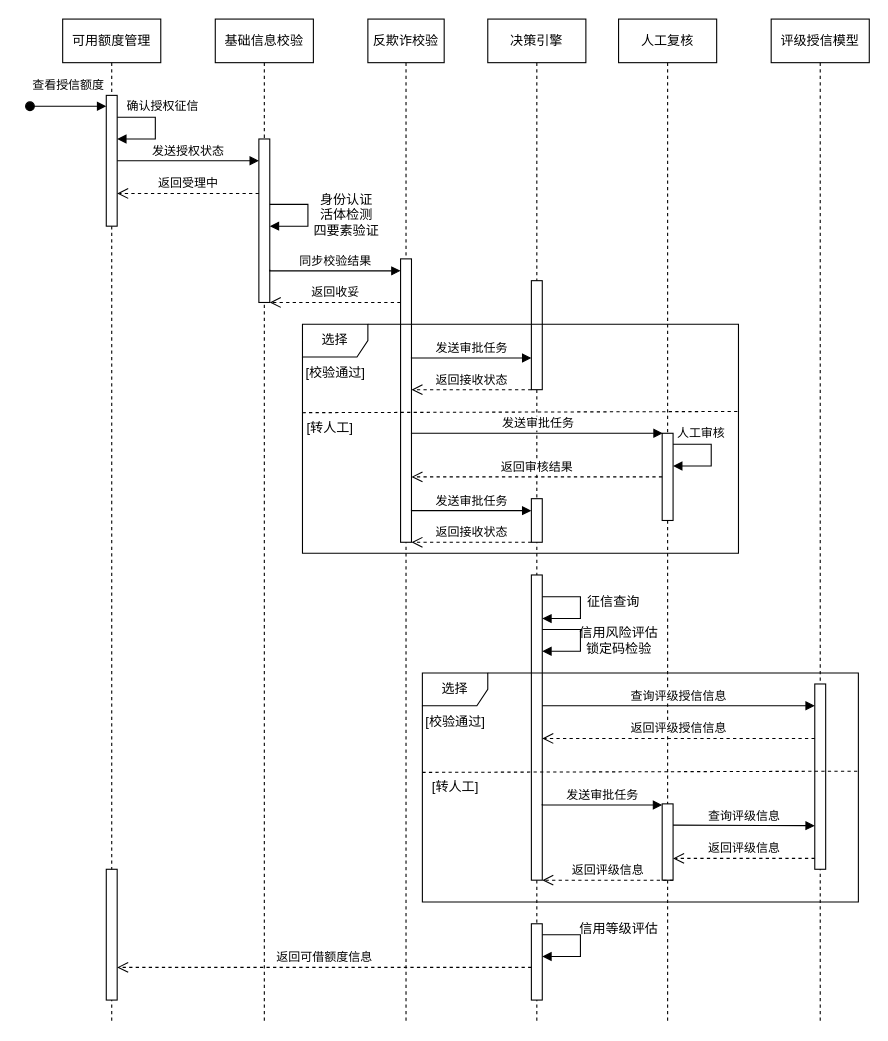
Above: 授信额度审批时序图.drawio in wuxiao-web/graduationThesis (draw.io), before the change. Source tidied: cells renumbered, new cells numbered last; positions are measured from the earlier drawing's top-left corner, leaving out a move shared by most shapes. Both pictures are drawn from the tidied source at 109%, with x=0, y=0 at pixel (29, 19).
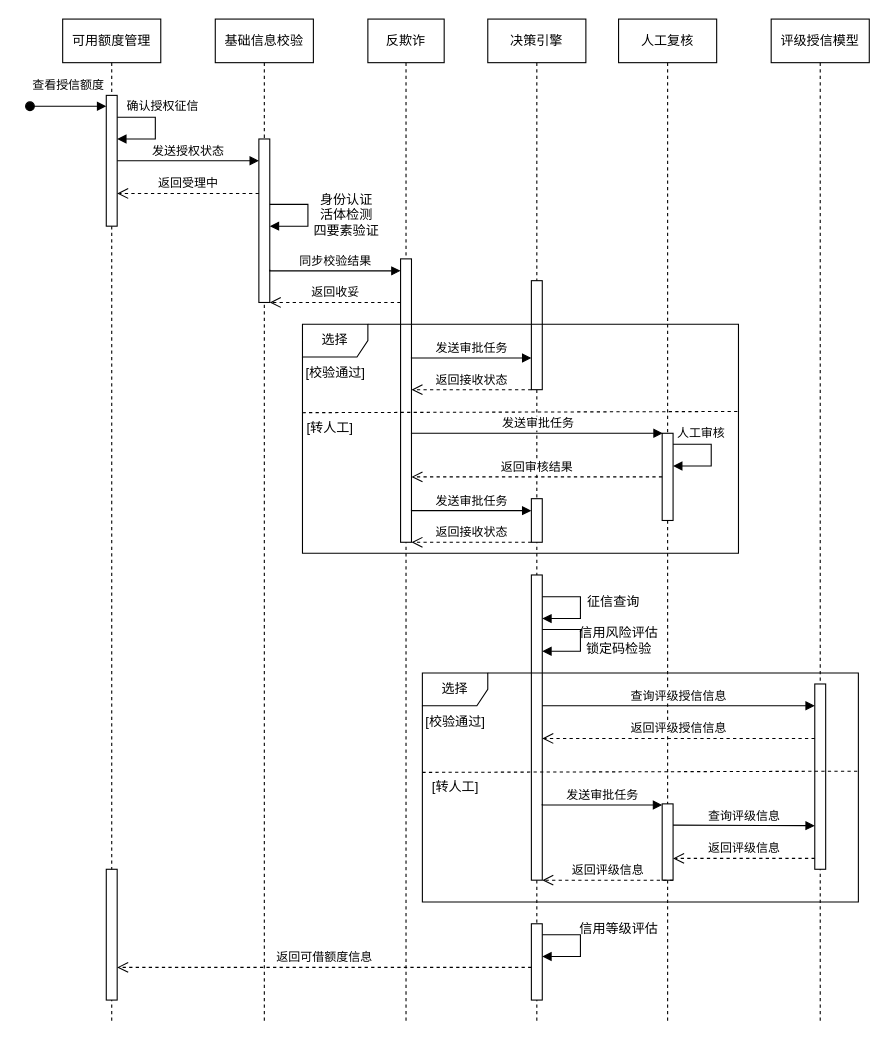
The same page after the edit.

Commit message (it also covers changes not shown here):
更新授信额度审批时序图.drawio

Change to the diagram source:
```diff
@@
-    <mxCell id="12" value="反欺诈校验" style="shape=umlLifeline;perimeter=lifelinePerimeter;whiteSpace=wrap;html=1;newEdgeStyle={&quot;edgeStyle&quot;:&quot;elbowEdgeStyle&quot;,&quot;elbow&quot;:&quot;vertical&quot;,&quot;curved&quot;:0,&quot;rounded&quot;:0};" parent="1" vertex="1">
+    <mxCell id="12" value="反欺诈" style="shape=umlLifeline;perimeter=lifelinePerimeter;whiteSpace=wrap;html=1;newEdgeStyle={&quot;edgeStyle&quot;:&quot;elbowEdgeStyle&quot;,&quot;elbow&quot;:&quot;vertical&quot;,&quot;curved&quot;:0,&quot;rounded&quot;:0};" parent="1" vertex="1">
       <mxGeometry x="310" width="70" height="920" as="geometry" />
     </mxCell>
```
